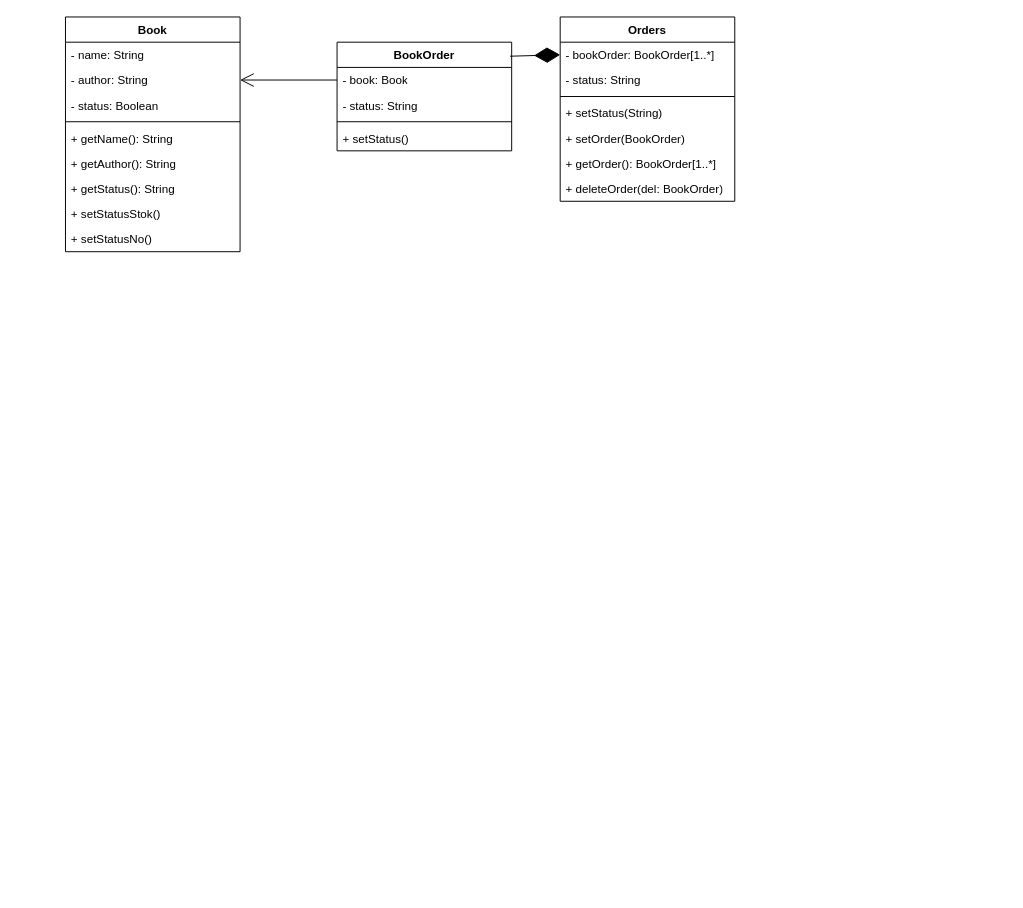
GirlWithLimon/Senla keeps this draw.io diagram as task-3/4/BookShop.drawio. Above is the earlier version. Source tidied: cells renumbered, new cells numbered last; positions are measured from the earlier drawing's top-left corner, leaving out a move shared by most shapes. Both pictures are drawn from the tidied source at 97%, with x=0, y=0 at pixel (65, 16).
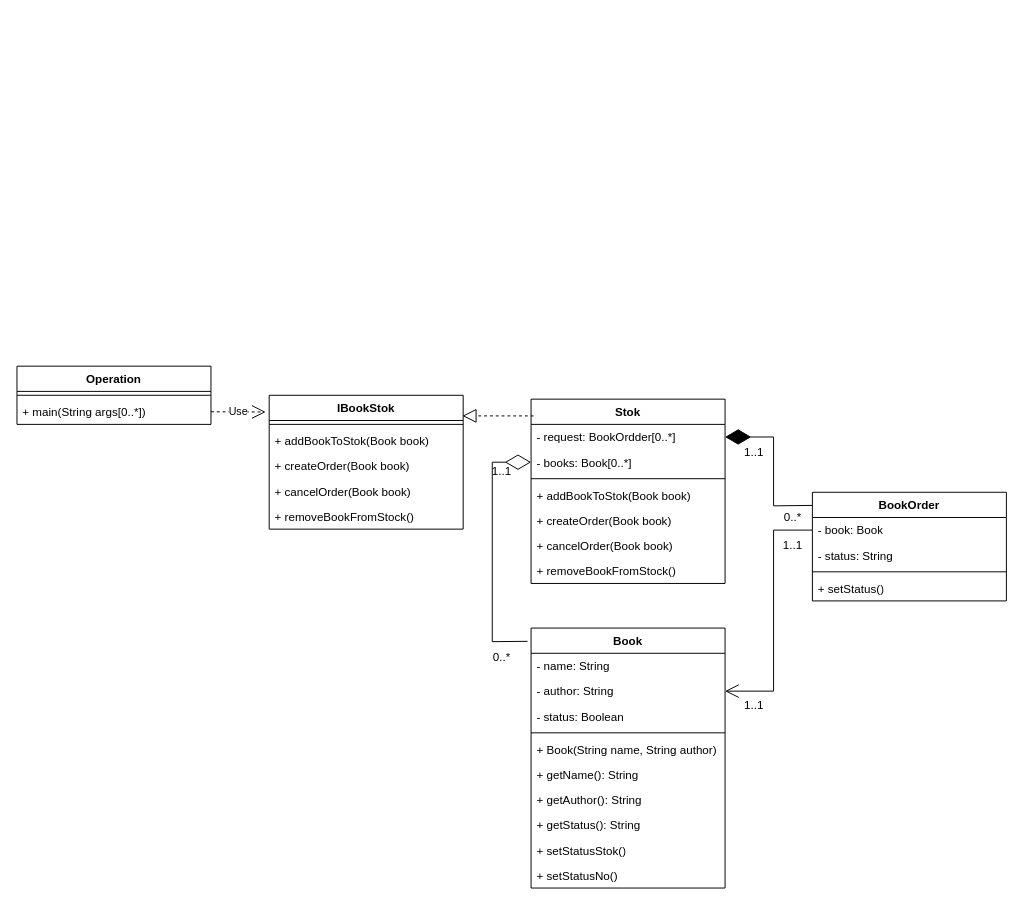
Above is the later version.

What changed in the source:
```diff
@@
     <mxCell id="2" value="Book" style="swimlane;fontStyle=1;align=center;verticalAlign=top;horizontal=1;startSize=26;whiteSpace=wrap;html=1;" parent="1" vertex="1">
-      <mxGeometry width="180" height="242" as="geometry" />
+      <mxGeometry x="480" y="630" width="200" height="268" as="geometry" />
     </mxCell>
     <mxCell id="3" value="- name: String" style="text;strokeColor=none;fillColor=none;align=left;verticalAlign=top;spacingLeft=4;spacingRight=4;overflow=hidden;whiteSpace=wrap;html=1;" parent="2" vertex="1">
-      <mxGeometry y="26" width="180" height="26" as="geometry" />
+      <mxGeometry y="26" width="200" height="26" as="geometry" />
     </mxCell>
     <mxCell id="4" value="- author: String" style="text;strokeColor=none;fillColor=none;align=left;verticalAlign=top;spacingLeft=4;spacingRight=4;overflow=hidden;points=[[0,0.5],[1,0.5]];portConstraint=eastwest;whiteSpace=wrap;html=1;" parent="2" vertex="1">
-      <mxGeometry y="52" width="180" height="26" as="geometry" />
+      <mxGeometry y="52" width="200" height="26" as="geometry" />
     </mxCell>
     <mxCell id="5" value="- status: Boolean" style="text;strokeColor=none;fillColor=none;align=left;verticalAlign=top;spacingLeft=4;spacingRight=4;overflow=hidden;whiteSpace=wrap;html=1;" parent="2" vertex="1">
-      <mxGeometry y="78" width="180" height="26" as="geometry" />
+      <mxGeometry y="78" width="200" height="26" as="geometry" />
     </mxCell>
     <mxCell id="6" style="line;strokeWidth=1;fillColor=none;align=left;verticalAlign=middle;spacingTop=-1;spacingLeft=3;spacingRight=3;labelPosition=right;strokeColor=inherit;" parent="2" vertex="1">
-      <mxGeometry y="104" width="180" height="8" as="geometry" />
+      <mxGeometry y="104" width="200" height="8" as="geometry" />
     </mxCell>
+    <mxCell id="27" value="+ Book(String name, String author)" style="text;strokeColor=none;fillColor=none;align=left;verticalAlign=top;spacingLeft=4;spacingRight=4;overflow=hidden;whiteSpace=wrap;html=1;" parent="2" vertex="1">
+      <mxGeometry y="112" width="200" height="26" as="geometry" />
+    </mxCell>
     <mxCell id="7" value="+ getName(): String" style="text;strokeColor=none;fillColor=none;align=left;verticalAlign=top;spacingLeft=4;spacingRight=4;overflow=hidden;whiteSpace=wrap;html=1;" parent="2" vertex="1">
-      <mxGeometry y="112" width="180" height="26" as="geometry" />
+      <mxGeometry y="138" width="200" height="26" as="geometry" />
     </mxCell>
     <mxCell id="8" value="+ getAuthor(): String" style="text;strokeColor=none;fillColor=none;align=left;verticalAlign=top;spacingLeft=4;spacingRight=4;overflow=hidden;whiteSpace=wrap;html=1;" parent="2" vertex="1">
-      <mxGeometry y="138" width="180" height="26" as="geometry" />
+      <mxGeometry y="164" width="200" height="26" as="geometry" />
     </mxCell>
     <mxCell id="9" value="+ getStatus(): String" style="text;strokeColor=none;fillColor=none;align=left;verticalAlign=top;spacingLeft=4;spacingRight=4;overflow=hidden;whiteSpace=wrap;html=1;" parent="2" vertex="1">
-      <mxGeometry y="164" width="180" height="26" as="geometry" />
+      <mxGeometry y="190" width="200" height="26" as="geometry" />
     </mxCell>
     <mxCell id="10" value="+ setStatusStok()" style="text;strokeColor=none;fillColor=none;align=left;verticalAlign=top;spacingLeft=4;spacingRight=4;overflow=hidden;whiteSpace=wrap;html=1;" parent="2" vertex="1">
-      <mxGeometry y="190" width="180" height="26" as="geometry" />
+      <mxGeometry y="216" width="200" height="26" as="geometry" />
     </mxCell>
     <mxCell id="11" value="+ setStatusNo()" style="text;strokeColor=none;fillColor=none;align=left;verticalAlign=top;spacingLeft=4;spacingRight=4;overflow=hidden;whiteSpace=wrap;html=1;" parent="2" vertex="1">
-      <mxGeometry y="216" width="180" height="26" as="geometry" />
+      <mxGeometry y="242" width="200" height="26" as="geometry" />
     </mxCell>
-    <mxCell id="12" value="Orders" style="swimlane;fontStyle=1;align=center;verticalAlign=top;horizontal=1;startSize=26;whiteSpace=wrap;html=1;" parent="1" vertex="1">
-      <mxGeometry x="510" width="180" height="190" as="geometry" />
-    </mxCell>
-    <mxCell id="13" value="- bookOrder: BookOrder[1..*]" style="text;strokeColor=none;fillColor=none;align=left;verticalAlign=top;spacingLeft=4;spacingRight=4;overflow=hidden;points=[[0,0.5],[1,0.5]];portConstraint=eastwest;whiteSpace=wrap;html=1;" parent="12" vertex="1">
-      <mxGeometry y="26" width="180" height="26" as="geometry" />
-    </mxCell>
-    <mxCell id="14" value="- status: String" style="text;strokeColor=none;fillColor=none;align=left;verticalAlign=top;spacingLeft=4;spacingRight=4;overflow=hidden;whiteSpace=wrap;html=1;" parent="12" vertex="1">
-      <mxGeometry y="52" width="180" height="26" as="geometry" />
-    </mxCell>
-    <mxCell id="15" style="line;strokeWidth=1;fillColor=none;align=left;verticalAlign=middle;spacingTop=-1;spacingLeft=3;spacingRight=3;labelPosition=right;strokeColor=inherit;" parent="12" vertex="1">
-      <mxGeometry y="78" width="180" height="8" as="geometry" />
-    </mxCell>
-    <mxCell id="16" value="+ setStatus(String)" style="text;strokeColor=none;fillColor=none;align=left;verticalAlign=top;spacingLeft=4;spacingRight=4;overflow=hidden;whiteSpace=wrap;html=1;" parent="12" vertex="1">
-      <mxGeometry y="86" width="180" height="26" as="geometry" />
-    </mxCell>
-    <mxCell id="17" value="+ setOrder(BookOrder)" style="text;strokeColor=none;fillColor=none;align=left;verticalAlign=top;spacingLeft=4;spacingRight=4;overflow=hidden;whiteSpace=wrap;html=1;" parent="12" vertex="1">
-      <mxGeometry y="112" width="180" height="26" as="geometry" />
-    </mxCell>
-    <mxCell id="18" value="+ getOrder(): BookOrder[1..*]" style="text;strokeColor=none;fillColor=none;align=left;verticalAlign=top;spacingLeft=4;spacingRight=4;overflow=hidden;whiteSpace=wrap;html=1;" parent="12" vertex="1">
-      <mxGeometry y="138" width="180" height="26" as="geometry" />
-    </mxCell>
-    <mxCell id="19" value="+ deleteOrder(del: BookOrder)" style="text;strokeColor=none;fillColor=none;align=left;verticalAlign=top;spacingLeft=4;spacingRight=4;overflow=hidden;whiteSpace=wrap;html=1;" parent="12" vertex="1">
-      <mxGeometry y="164" width="180" height="26" as="geometry" />
-    </mxCell>
     <mxCell id="20" value="BookOrder" style="swimlane;fontStyle=1;align=center;verticalAlign=top;horizontal=1;startSize=26;whiteSpace=wrap;html=1;" parent="1" vertex="1">
-      <mxGeometry x="280" y="26" width="180" height="112" as="geometry" />
+      <mxGeometry x="770" y="490" width="200" height="112" as="geometry" />
     </mxCell>
     <mxCell id="21" value="- book: Book" style="text;strokeColor=none;fillColor=none;align=left;verticalAlign=top;spacingLeft=4;spacingRight=4;overflow=hidden;points=[[0,0.5],[1,0.5]];portConstraint=eastwest;whiteSpace=wrap;html=1;" parent="20" vertex="1">
-      <mxGeometry y="26" width="180" height="26" as="geometry" />
+      <mxGeometry y="26" width="200" height="26" as="geometry" />
     </mxCell>
     <mxCell id="22" value="- status: String" style="text;strokeColor=none;fillColor=none;align=left;verticalAlign=top;spacingLeft=4;spacingRight=4;overflow=hidden;whiteSpace=wrap;html=1;" parent="20" vertex="1">
-      <mxGeometry y="52" width="180" height="26" as="geometry" />
+      <mxGeometry y="52" width="200" height="26" as="geometry" />
     </mxCell>
     <mxCell id="23" style="line;strokeWidth=1;fillColor=none;align=left;verticalAlign=middle;spacingTop=-1;spacingLeft=3;spacingRight=3;labelPosition=right;strokeColor=inherit;" parent="20" vertex="1">
-      <mxGeometry y="78" width="180" height="8" as="geometry" />
+      <mxGeometry y="78" width="200" height="8" as="geometry" />
     </mxCell>
     <mxCell id="24" value="+ setStatus()" style="text;strokeColor=none;fillColor=none;align=left;verticalAlign=top;spacingLeft=4;spacingRight=4;overflow=hidden;whiteSpace=wrap;html=1;" parent="20" vertex="1">
-      <mxGeometry y="86" width="180" height="26" as="geometry" />
+      <mxGeometry y="86" width="200" height="26" as="geometry" />
     </mxCell>
-    <mxCell id="25" style="endArrow=diamondThin;endFill=1;endSize=24;html=1;rounded=0;exitX=0.991;exitY=0.129;exitDx=0;exitDy=0;exitPerimeter=0;entryX=0;entryY=0.5;entryDx=0;entryDy=0;" parent="1" edge="1" source="20" target="13">
-      <mxGeometry relative="1" as="geometry" />
-    </mxCell>
     <mxCell id="26" style="endArrow=open;endFill=1;endSize=12;html=1;rounded=0;entryX=1;entryY=0.5;entryDx=0;entryDy=0;exitX=0;exitY=0.5;exitDx=0;exitDy=0;" parent="1" edge="1" source="21" target="4">
-      <mxGeometry relative="1" as="geometry" />
+      <mxGeometry relative="1" as="geometry">
+        <Array as="points">
+          <mxPoint x="730" y="529" />
+          <mxPoint x="730" y="695" />
+        </Array>
+      </mxGeometry>
     </mxCell>
+    <mxCell id="28" value="Stok" style="swimlane;fontStyle=1;align=center;verticalAlign=top;horizontal=1;startSize=26;whiteSpace=wrap;html=1;" parent="1" vertex="1">
+      <mxGeometry x="480" y="394" width="200" height="190" as="geometry" />
+    </mxCell>
+    <mxCell id="29" value="- request: BookOrdder[0..*]" style="text;strokeColor=none;fillColor=none;align=left;verticalAlign=top;spacingLeft=4;spacingRight=4;overflow=hidden;points=[[0,0.5],[1,0.5]];portConstraint=eastwest;whiteSpace=wrap;html=1;" parent="28" vertex="1">
+      <mxGeometry y="26" width="200" height="26" as="geometry" />
+    </mxCell>
+    <mxCell id="30" value="- books: Book[0..*]" style="text;strokeColor=none;fillColor=none;align=left;verticalAlign=top;spacingLeft=4;spacingRight=4;overflow=hidden;points=[[0,0.5],[1,0.5]];portConstraint=eastwest;whiteSpace=wrap;html=1;" parent="28" vertex="1">
+      <mxGeometry y="52" width="200" height="26" as="geometry" />
+    </mxCell>
+    <mxCell id="31" style="line;strokeWidth=1;fillColor=none;align=left;verticalAlign=middle;spacingTop=-1;spacingLeft=3;spacingRight=3;labelPosition=right;strokeColor=inherit;" parent="28" vertex="1">
+      <mxGeometry y="78" width="200" height="8" as="geometry" />
+    </mxCell>
+    <mxCell id="32" value="+ addBookToStok(Book book)" style="text;strokeColor=none;fillColor=none;align=left;verticalAlign=top;spacingLeft=4;spacingRight=4;overflow=hidden;whiteSpace=wrap;html=1;" parent="28" vertex="1">
+      <mxGeometry y="86" width="200" height="26" as="geometry" />
+    </mxCell>
+    <mxCell id="33" value="+ createOrder(Book book)" style="text;strokeColor=none;fillColor=none;align=left;verticalAlign=top;spacingLeft=4;spacingRight=4;overflow=hidden;whiteSpace=wrap;html=1;" parent="28" vertex="1">
+      <mxGeometry y="112" width="200" height="26" as="geometry" />
+    </mxCell>
+    <mxCell id="34" value="+ canсelOrder(Book book)" style="text;strokeColor=none;fillColor=none;align=left;verticalAlign=top;spacingLeft=4;spacingRight=4;overflow=hidden;whiteSpace=wrap;html=1;" parent="28" vertex="1">
+      <mxGeometry y="138" width="200" height="26" as="geometry" />
+    </mxCell>
+    <mxCell id="35" value="+ removeBookFromStock()" style="text;strokeColor=none;fillColor=none;align=left;verticalAlign=top;spacingLeft=4;spacingRight=4;overflow=hidden;whiteSpace=wrap;html=1;" parent="28" vertex="1">
+      <mxGeometry y="164" width="200" height="26" as="geometry" />
+    </mxCell>
+    <mxCell id="36" value="Operation" style="swimlane;fontStyle=1;align=center;verticalAlign=top;horizontal=1;startSize=26;whiteSpace=wrap;html=1;" parent="1" vertex="1">
+      <mxGeometry x="-50" y="360" width="200" height="60" as="geometry" />
+    </mxCell>
+    <mxCell id="37" style="line;strokeWidth=1;fillColor=none;align=left;verticalAlign=middle;spacingTop=-1;spacingLeft=3;spacingRight=3;labelPosition=right;strokeColor=inherit;" parent="36" vertex="1">
+      <mxGeometry y="26" width="200" height="8" as="geometry" />
+    </mxCell>
+    <mxCell id="38" value="+ main(String args[0..*])" style="text;strokeColor=none;fillColor=none;align=left;verticalAlign=top;spacingLeft=4;spacingRight=4;overflow=hidden;points=[[0,0.5],[1,0.5]];portConstraint=eastwest;whiteSpace=wrap;html=1;" parent="36" vertex="1">
+      <mxGeometry y="34" width="200" height="26" as="geometry" />
+    </mxCell>
+    <mxCell id="39" value="IBookStok" style="swimlane;fontStyle=1;align=center;verticalAlign=top;horizontal=1;startSize=26;whiteSpace=wrap;html=1;" parent="1" vertex="1">
+      <mxGeometry x="210" y="390" width="200" height="138" as="geometry" />
+    </mxCell>
+    <mxCell id="40" style="line;strokeWidth=1;fillColor=none;align=left;verticalAlign=middle;spacingTop=-1;spacingLeft=3;spacingRight=3;labelPosition=right;strokeColor=inherit;" parent="39" vertex="1">
+      <mxGeometry y="26" width="200" height="8" as="geometry" />
+    </mxCell>
+    <mxCell id="41" value="+ addBookToStok(Book book)" style="text;strokeColor=none;fillColor=none;align=left;verticalAlign=top;spacingLeft=4;spacingRight=4;overflow=hidden;whiteSpace=wrap;html=1;" parent="39" vertex="1">
+      <mxGeometry y="34" width="200" height="26" as="geometry" />
+    </mxCell>
+    <mxCell id="42" value="+ createOrder(Book book)" style="text;strokeColor=none;fillColor=none;align=left;verticalAlign=top;spacingLeft=4;spacingRight=4;overflow=hidden;whiteSpace=wrap;html=1;" parent="39" vertex="1">
+      <mxGeometry y="60" width="200" height="26" as="geometry" />
+    </mxCell>
+    <mxCell id="43" value="+ canсelOrder(Book book)" style="text;strokeColor=none;fillColor=none;align=left;verticalAlign=top;spacingLeft=4;spacingRight=4;overflow=hidden;whiteSpace=wrap;html=1;" parent="39" vertex="1">
+      <mxGeometry y="86" width="200" height="26" as="geometry" />
+    </mxCell>
+    <mxCell id="44" value="+ removeBookFromStock()" style="text;strokeColor=none;fillColor=none;align=left;verticalAlign=top;spacingLeft=4;spacingRight=4;overflow=hidden;whiteSpace=wrap;html=1;" parent="39" vertex="1">
+      <mxGeometry y="112" width="200" height="26" as="geometry" />
+    </mxCell>
+    <mxCell id="45" style="endArrow=block;dashed=1;endFill=0;endSize=12;html=1;rounded=0;entryX=0.996;entryY=0.154;entryDx=0;entryDy=0;entryPerimeter=0;exitX=0.013;exitY=0.091;exitDx=0;exitDy=0;exitPerimeter=0;" parent="1" edge="1" source="28" target="39">
+      <mxGeometry relative="1" as="geometry" />
+    </mxCell>
+    <mxCell id="46" style="endArrow=diamondThin;endFill=0;endSize=24;html=1;rounded=0;exitX=-0.018;exitY=0.051;exitDx=0;exitDy=0;exitPerimeter=0;entryX=0;entryY=0.5;entryDx=0;entryDy=0;" parent="1" edge="1" source="2" target="30">
+      <mxGeometry relative="1" as="geometry">
+        <Array as="points">
+          <mxPoint x="440" y="644" />
+          <mxPoint x="440" y="459" />
+        </Array>
+      </mxGeometry>
+    </mxCell>
+    <mxCell id="47" value="Use" style="endArrow=open;endSize=12;dashed=1;html=1;rounded=0;exitX=1;exitY=0.5;exitDx=0;exitDy=0;entryX=-0.018;entryY=0.125;entryDx=0;entryDy=0;entryPerimeter=0;" parent="1" edge="1" source="38" target="39">
+      <mxGeometry relative="1" as="geometry" />
+    </mxCell>
+    <mxCell id="48" value="1..1" style="text;html=1;whiteSpace=wrap;strokeColor=none;fillColor=none;align=center;verticalAlign=middle;rounded=0;" parent="1" vertex="1">
+      <mxGeometry x="680" y="439" width="60" height="20" as="geometry" />
+    </mxCell>
+    <mxCell id="49" style="endArrow=diamondThin;endFill=1;endSize=24;html=1;rounded=0;exitX=0;exitY=0.121;exitDx=0;exitDy=0;exitPerimeter=0;entryX=1;entryY=0.5;entryDx=0;entryDy=0;" parent="1" edge="1" source="20" target="29">
+      <mxGeometry relative="1" as="geometry">
+        <Array as="points">
+          <mxPoint x="730" y="504" />
+          <mxPoint x="730" y="433" />
+        </Array>
+      </mxGeometry>
+    </mxCell>
+    <mxCell id="50" value="1..1" style="text;html=1;whiteSpace=wrap;strokeColor=none;fillColor=none;align=center;verticalAlign=middle;rounded=0;" parent="1" vertex="1">
+      <mxGeometry x="420" y="459" width="60" height="20" as="geometry" />
+    </mxCell>
+    <mxCell id="51" value="1..1" style="text;html=1;whiteSpace=wrap;strokeColor=none;fillColor=none;align=center;verticalAlign=middle;rounded=0;" parent="1" vertex="1">
+      <mxGeometry x="720" y="535" width="60" height="20" as="geometry" />
+    </mxCell>
+    <mxCell id="52" value="1..1" style="text;html=1;whiteSpace=wrap;strokeColor=none;fillColor=none;align=center;verticalAlign=middle;rounded=0;" parent="1" vertex="1">
+      <mxGeometry x="680" y="700" width="60" height="20" as="geometry" />
+    </mxCell>
+    <mxCell id="53" value="0..*" style="text;html=1;whiteSpace=wrap;strokeColor=none;fillColor=none;align=center;verticalAlign=middle;rounded=0;" parent="1" vertex="1">
+      <mxGeometry x="720" y="506" width="60" height="20" as="geometry" />
+    </mxCell>
+    <mxCell id="54" value="0..*" style="text;html=1;whiteSpace=wrap;strokeColor=none;fillColor=none;align=center;verticalAlign=middle;rounded=0;" parent="1" vertex="1">
+      <mxGeometry x="420" y="650" width="60" height="20" as="geometry" />
+    </mxCell>
```
